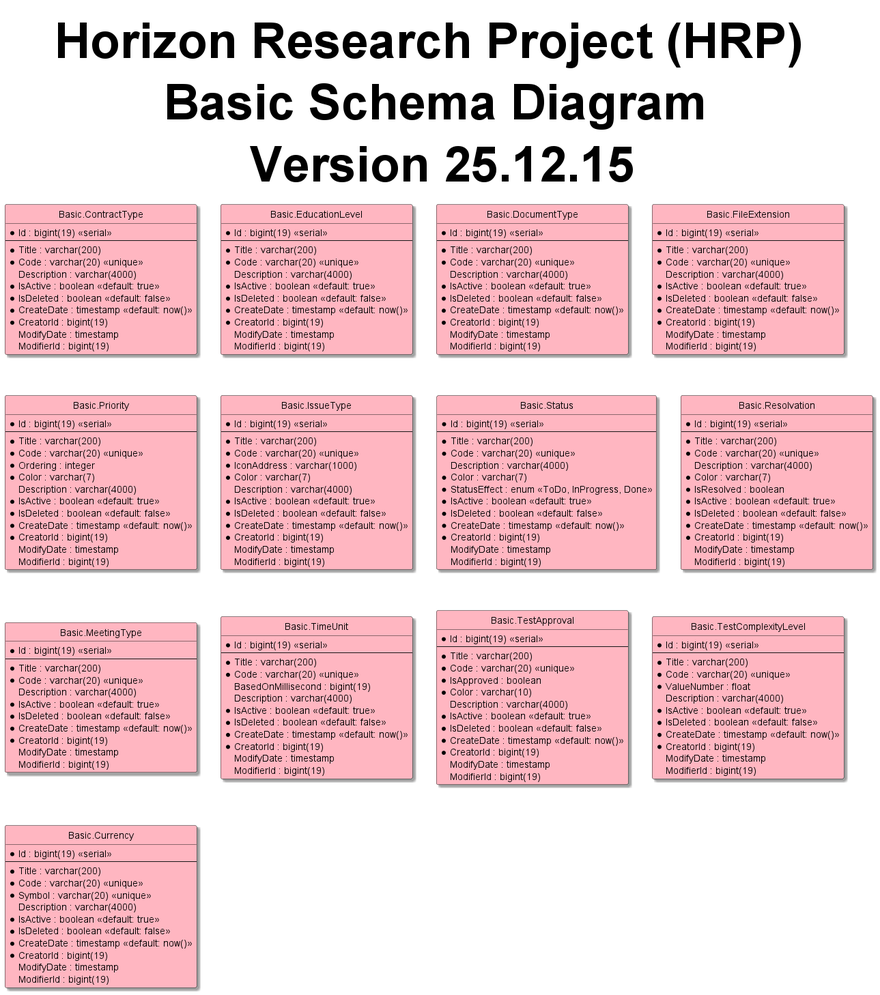
Above: 3-HorizonModeling/3.1-HorizonUml/out/ERD/Schemas/BasicSchemaDiagram.png in shadowfox1984/Horizon (PlantUML), before the change.
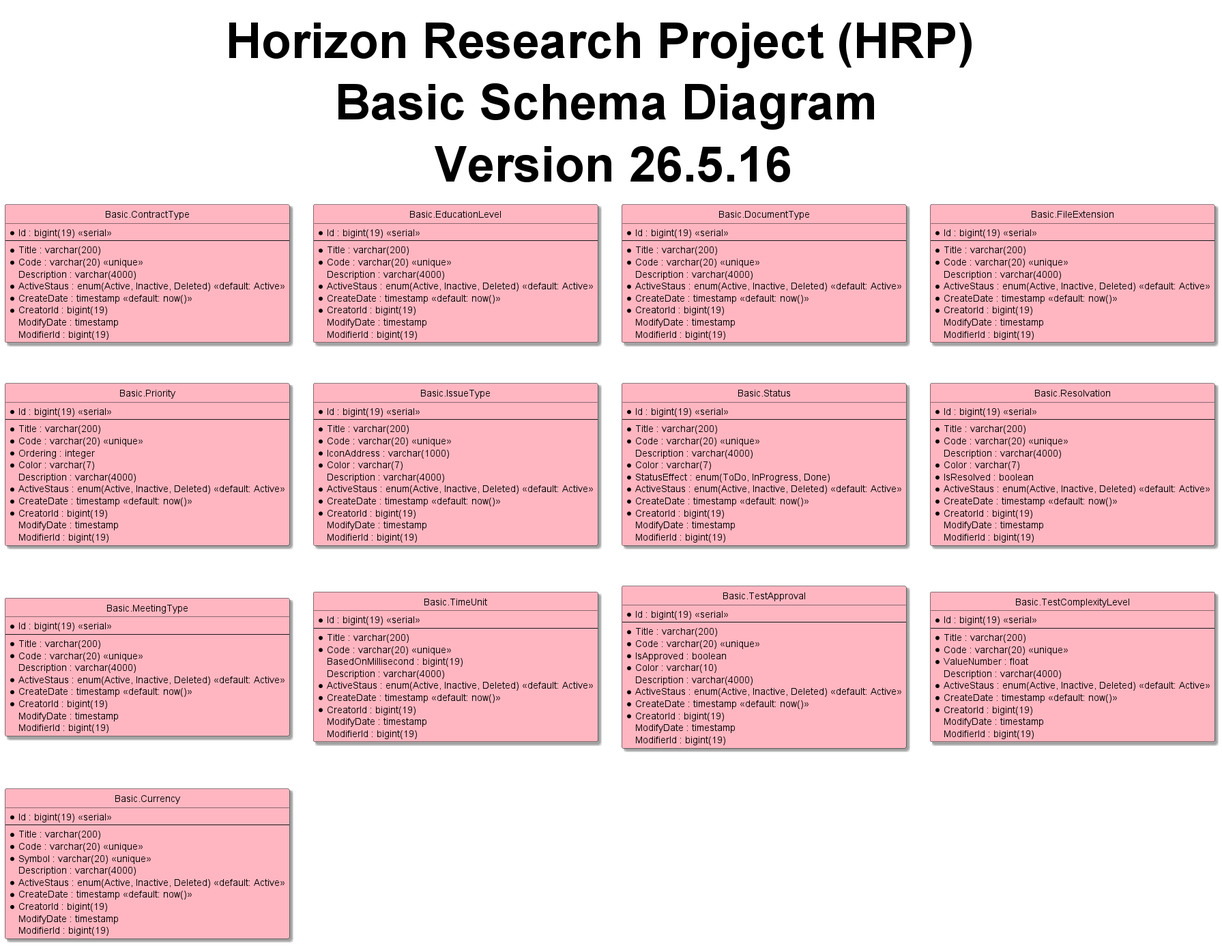
After the commit.

Diff of the diagram source:
```diff
@@ -5,7 +5,7 @@
 skinparam Shadowing True
 skinparam TitleFontSize 72pt
 
-title Horizon Research Project (HRP) \n Basic Schema Diagram \n Version 25.12.15
+title Horizon Research Project (HRP) \n Basic Schema Diagram \n Version 26.5.16
 
 entity "Basic.ContractType" as contractType #LightPink{
   *Id : bigint(19) <<serial>>
@@ -13,8 +13,7 @@
   *Title : varchar(200)
   *Code : varchar(20) <<unique>>
   Description : varchar(4000)
-  *IsActive : boolean <<default: true>>
-  *IsDeleted : boolean <<default: false>>
+  *ActiveStaus : enum(Active, Inactive, Deleted) <<default: Active>>
   *CreateDate : timestamp <<default: now()>>
   *CreatorId : bigint(19)
   ModifyDate : timestamp
@@ -27,8 +26,7 @@
   *Title : varchar(200)
   *Code : varchar(20) <<unique>>
   Description : varchar(4000)
-  *IsActive : boolean <<default: true>>
-  *IsDeleted : boolean <<default: false>>
+  *ActiveStaus : enum(Active, Inactive, Deleted) <<default: Active>>
   *CreateDate : timestamp <<default: now()>>
   *CreatorId : bigint(19)
   ModifyDate : timestamp
@@ -41,8 +39,7 @@
   *Title : varchar(200)
   *Code : varchar(20) <<unique>>
   Description : varchar(4000)
-  *IsActive : boolean <<default: true>>
-  *IsDeleted : boolean <<default: false>>
+  *ActiveStaus : enum(Active, Inactive, Deleted) <<default: Active>>
   *CreateDate : timestamp <<default: now()>>
   *CreatorId : bigint(19)
   ModifyDate : timestamp
@@ -55,8 +52,7 @@
   *Title : varchar(200)
   *Code : varchar(20) <<unique>>
   Description : varchar(4000)
-  *IsActive : boolean <<default: true>>
-  *IsDeleted : boolean <<default: false>>
+  *ActiveStaus : enum(Active, Inactive, Deleted) <<default: Active>>
   *CreateDate : timestamp <<default: now()>>
   *CreatorId : bigint(19)
   ModifyDate : timestamp
@@ -71,8 +67,7 @@
   *Ordering : integer
   *Color : varchar(7)
   Description : varchar(4000)
-  *IsActive : boolean <<default: true>>
-  *IsDeleted : boolean <<default: false>>
+  *ActiveStaus : enum(Active, Inactive, Deleted) <<default: Active>>
   *CreateDate : timestamp <<default: now()>>
   *CreatorId : bigint(19)
   ModifyDate : timestamp
@@ -87,8 +82,7 @@
   *IconAddress : varchar(1000)
   *Color : varchar(7)
   Description : varchar(4000)
-  *IsActive : boolean <<default: true>>
-  *IsDeleted : boolean <<default: false>>
+  *ActiveStaus : enum(Active, Inactive, Deleted) <<default: Active>>
   *CreateDate : timestamp <<default: now()>>
   *CreatorId : bigint(19)
   ModifyDate : timestamp
@@ -102,9 +96,8 @@
   *Code : varchar(20) <<unique>>
   Description : varchar(4000)
   *Color : varchar(7)
-  *StatusEffect : enum <<ToDo, InProgress, Done>>
-  *IsActive : boolean <<default: true>>
-  *IsDeleted : boolean <<default: false>>
+  *StatusEffect : enum(ToDo, InProgress, Done)
+  *ActiveStaus : enum(Active, Inactive, Deleted) <<default: Active>>
   *CreateDate : timestamp <<default: now()>>
   *CreatorId : bigint(19)
   ModifyDate : timestamp
@@ -119,8 +112,7 @@
   Description : varchar(4000)
   *Color : varchar(7)
   *IsResolved : boolean
-  *IsActive : boolean <<default: true>>
-  *IsDeleted : boolean <<default: false>>
+  *ActiveStaus : enum(Active, Inactive, Deleted) <<default: Active>>
   *CreateDate : timestamp <<default: now()>>
   *CreatorId : bigint(19)
   ModifyDate : timestamp
@@ -133,8 +125,7 @@
   *Title : varchar(200)
   *Code : varchar(20) <<unique>>
   Description : varchar(4000)
-  *IsActive : boolean <<default: true>>
-  *IsDeleted : boolean <<default: false>>
+  *ActiveStaus : enum(Active, Inactive, Deleted) <<default: Active>>
   *CreateDate : timestamp <<default: now()>>
   *CreatorId : bigint(19)
   ModifyDate : timestamp
@@ -148,8 +139,7 @@
   *Code : varchar(20) <<unique>>
   BasedOnMillisecond : bigint(19)
   Description : varchar(4000)
-  *IsActive : boolean <<default: true>>
-  *IsDeleted : boolean <<default: false>>
+  *ActiveStaus : enum(Active, Inactive, Deleted) <<default: Active>>
   *CreateDate : timestamp <<default: now()>>
   *CreatorId : bigint(19)
   ModifyDate : timestamp
@@ -164,8 +154,7 @@
   *IsApproved : boolean
   *Color : varchar(10)
   Description : varchar(4000)
-  *IsActive : boolean <<default: true>>
-  *IsDeleted : boolean <<default: false>>
+  *ActiveStaus : enum(Active, Inactive, Deleted) <<default: Active>>
   *CreateDate : timestamp <<default: now()>>
   *CreatorId : bigint(19)
   ModifyDate : timestamp
@@ -179,8 +168,7 @@
   *Code : varchar(20) <<unique>>
   *ValueNumber : float
   Description : varchar(4000)
-  *IsActive : boolean <<default: true>>
-  *IsDeleted : boolean <<default: false>>
+  *ActiveStaus : enum(Active, Inactive, Deleted) <<default: Active>>
   *CreateDate : timestamp <<default: now()>>
   *CreatorId : bigint(19)
   ModifyDate : timestamp
@@ -194,8 +182,7 @@
   *Code : varchar(20) <<unique>>
   *Symbol : varchar(20) <<unique>>
   Description : varchar(4000)
-  *IsActive : boolean <<default: true>>
-  *IsDeleted : boolean <<default: false>>
+  *ActiveStaus : enum(Active, Inactive, Deleted) <<default: Active>>
   *CreateDate : timestamp <<default: now()>>
   *CreatorId : bigint(19)
   ModifyDate : timestamp
```
